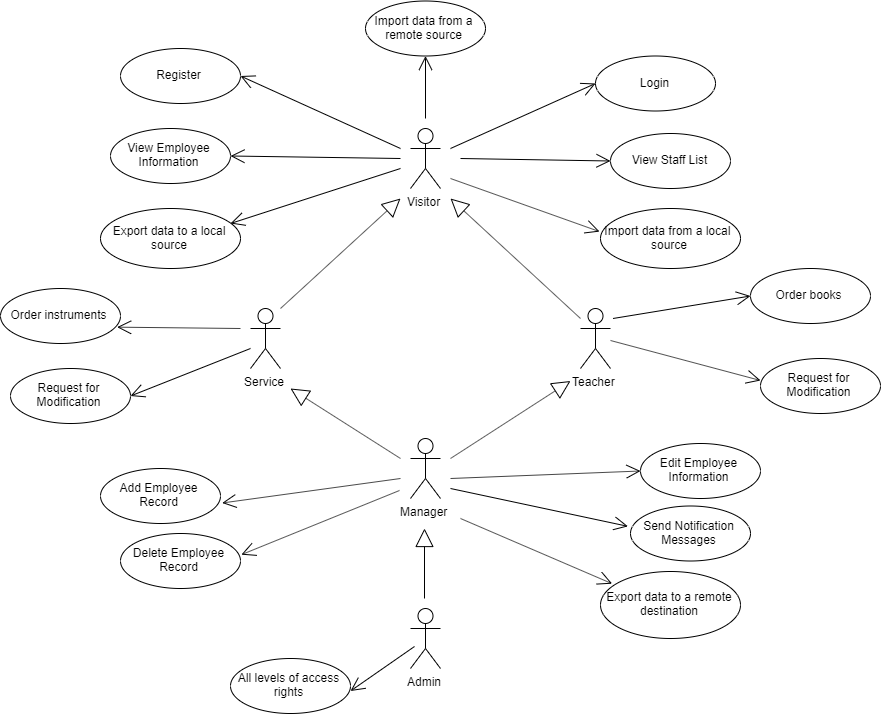
This is Diagrams/UseCaseDiagram/UseCaseDiagram.png from EfimSirotkin/SchoolStaffManager, a draw.io export, as it was before one commit. Source tidied: cells renumbered, new cells last; positions are measured from the earlier drawing's top-left corner, leaving out a move shared by most shapes.
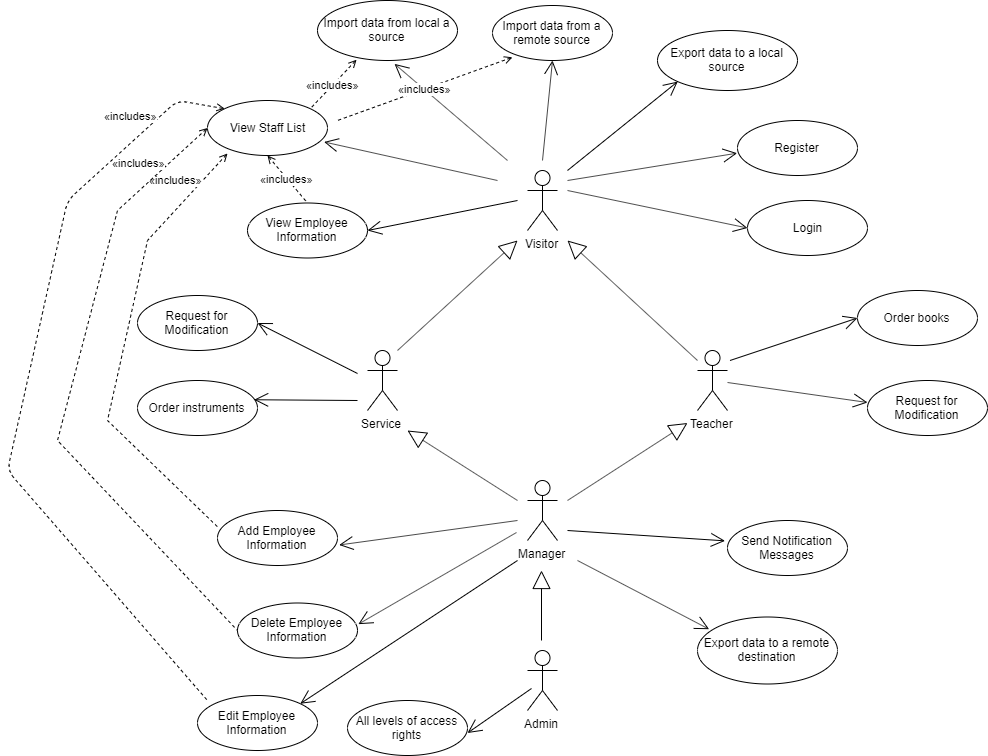
After the commit.

Commit message:
added Sequence diagram and fixed UseCases

Change to the diagram source:
```diff
@@ -18,7 +18,7 @@
       <mxGeometry x="410" y="608" width="30" height="60" as="geometry" />
     </mxCell>
     <mxCell id="7" value="Login" style="ellipse;whiteSpace=wrap;html=1;" parent="1" vertex="1">
-      <mxGeometry x="595" y="55.5" width="120" height="55" as="geometry" />
+      <mxGeometry x="630" y="158" width="120" height="55" as="geometry" />
     </mxCell>
     <mxCell id="8" style="endArrow=open;endFill=1;endSize=12;html=1;entryX=0;entryY=0.5;entryDx=0;entryDy=0;" parent="1" edge="1" target="7">
       <mxGeometry relative="1" as="geometry">
@@ -56,41 +56,41 @@
       </mxGeometry>
     </mxCell>
     <mxCell id="14" value="Register" style="ellipse;whiteSpace=wrap;html=1;" parent="1" vertex="1">
-      <mxGeometry x="120" y="48" width="120" height="55" as="geometry" />
+      <mxGeometry x="620" y="78" width="120" height="55" as="geometry" />
     </mxCell>
     <mxCell id="15" value="Order instruments" style="ellipse;whiteSpace=wrap;html=1;" parent="1" vertex="1">
-      <mxGeometry y="288" width="120" height="55" as="geometry" />
+      <mxGeometry x="20" y="338" width="120" height="55" as="geometry" />
     </mxCell>
     <mxCell id="16" value="Order books" style="ellipse;whiteSpace=wrap;html=1;" parent="1" vertex="1">
-      <mxGeometry x="750" y="268" width="120" height="55" as="geometry" />
+      <mxGeometry x="740" y="248" width="120" height="55" as="geometry" />
     </mxCell>
     <mxCell id="17" value="Request for Modification" style="ellipse;whiteSpace=wrap;html=1;" parent="1" vertex="1">
-      <mxGeometry x="10" y="368" width="120" height="55" as="geometry" />
+      <mxGeometry x="20" y="253" width="120" height="55" as="geometry" />
     </mxCell>
     <mxCell id="18" value="Request for Modification" style="ellipse;whiteSpace=wrap;html=1;" parent="1" vertex="1">
-      <mxGeometry x="760" y="358" width="120" height="55" as="geometry" />
+      <mxGeometry x="750" y="338" width="120" height="55" as="geometry" />
     </mxCell>
     <mxCell id="19" value="Edit Employee Information" style="ellipse;whiteSpace=wrap;html=1;" parent="1" vertex="1">
-      <mxGeometry x="640" y="443" width="120" height="55" as="geometry" />
+      <mxGeometry x="80" y="653" width="120" height="55" as="geometry" />
     </mxCell>
-    <mxCell id="20" value="Add Employee Record" style="ellipse;whiteSpace=wrap;html=1;" parent="1" vertex="1">
+    <mxCell id="20" value="Add Employee Information" style="ellipse;whiteSpace=wrap;html=1;" parent="1" vertex="1">
       <mxGeometry x="100" y="468" width="120" height="55" as="geometry" />
     </mxCell>
     <mxCell id="21" value="Send Notification Messages" style="ellipse;whiteSpace=wrap;html=1;" parent="1" vertex="1">
-      <mxGeometry x="630" y="505.5" width="120" height="55" as="geometry" />
+      <mxGeometry x="610" y="478" width="120" height="55" as="geometry" />
     </mxCell>
-    <mxCell id="22" value="Delete Employee Record" style="ellipse;whiteSpace=wrap;html=1;" parent="1" vertex="1">
-      <mxGeometry x="120" y="533" width="120" height="55" as="geometry" />
+    <mxCell id="22" value="Delete Employee Information" style="ellipse;whiteSpace=wrap;html=1;" parent="1" vertex="1">
+      <mxGeometry x="120" y="560.5" width="120" height="55" as="geometry" />
     </mxCell>
     <mxCell id="23" value="All levels of access rights" style="ellipse;whiteSpace=wrap;html=1;" parent="1" vertex="1">
       <mxGeometry x="230" y="658" width="120" height="55" as="geometry" />
     </mxCell>
     <mxCell id="24" value="Export data to a remote destination" style="ellipse;whiteSpace=wrap;html=1;" parent="1" vertex="1">
-      <mxGeometry x="600" y="571" width="140" height="67" as="geometry" />
+      <mxGeometry x="580" y="574.5" width="140" height="67" as="geometry" />
     </mxCell>
-    <mxCell id="25" style="endArrow=open;endFill=1;endSize=12;html=1;entryX=1;entryY=0.5;entryDx=0;entryDy=0;" parent="1" edge="1" target="14">
+    <mxCell id="25" style="endArrow=open;endFill=1;endSize=12;html=1;entryX=-0.003;entryY=0.594;entryDx=0;entryDy=0;entryPerimeter=0;" parent="1" edge="1" target="14">
       <mxGeometry relative="1" as="geometry">
-        <mxPoint x="400" y="148" as="sourcePoint" />
+        <mxPoint x="450" y="138" as="sourcePoint" />
       </mxGeometry>
     </mxCell>
     <mxCell id="26" style="endArrow=open;endFill=1;endSize=12;html=1;entryX=0;entryY=0.5;entryDx=0;entryDy=0;" parent="1" edge="1" target="16">
@@ -104,39 +104,39 @@
       </mxGeometry>
     </mxCell>
     <mxCell id="28" value="View Staff List" style="ellipse;whiteSpace=wrap;html=1;" parent="1" vertex="1">
-      <mxGeometry x="610" y="133" width="120" height="55" as="geometry" />
+      <mxGeometry x="90" y="58" width="120" height="55" as="geometry" />
     </mxCell>
     <mxCell id="29" value="View Employee Information" style="ellipse;whiteSpace=wrap;html=1;" parent="1" vertex="1">
-      <mxGeometry x="110" y="128" width="120" height="55" as="geometry" />
+      <mxGeometry x="130" y="160.5" width="120" height="55" as="geometry" />
     </mxCell>
     <mxCell id="30" style="endArrow=open;endFill=1;endSize=12;html=1;entryX=1;entryY=0.5;entryDx=0;entryDy=0;" parent="1" edge="1" target="29">
       <mxGeometry relative="1" as="geometry">
         <mxPoint x="400" y="158" as="sourcePoint" />
       </mxGeometry>
     </mxCell>
-    <mxCell id="31" style="endArrow=open;endFill=1;endSize=12;html=1;fontColor=none;entryX=0;entryY=0.5;entryDx=0;entryDy=0;" parent="1" edge="1" target="28">
+    <mxCell id="31" style="endArrow=open;endFill=1;endSize=12;html=1;fontColor=none;entryX=0.972;entryY=0.754;entryDx=0;entryDy=0;entryPerimeter=0;" parent="1" edge="1" target="28">
       <mxGeometry relative="1" as="geometry">
-        <mxPoint x="460" y="158" as="sourcePoint" />
+        <mxPoint x="380" y="138" as="sourcePoint" />
       </mxGeometry>
     </mxCell>
-    <mxCell id="32" style="endArrow=open;endFill=1;endSize=12;html=1;fontColor=#FF6666;entryX=0.972;entryY=0.703;entryDx=0;entryDy=0;entryPerimeter=0;" parent="1" edge="1" target="15">
+    <mxCell id="32" style="endArrow=open;endFill=1;endSize=12;html=1;fontColor=#FF6666;entryX=0.972;entryY=0.35;entryDx=0;entryDy=0;entryPerimeter=0;" parent="1" edge="1" target="15">
       <mxGeometry relative="1" as="geometry">
-        <mxPoint x="240" y="328" as="sourcePoint" />
+        <mxPoint x="240" y="358" as="sourcePoint" />
       </mxGeometry>
     </mxCell>
     <mxCell id="33" style="endArrow=open;endFill=1;endSize=12;html=1;fontColor=#FF6666;entryX=1;entryY=0.5;entryDx=0;entryDy=0;" parent="1" edge="1" target="17">
       <mxGeometry relative="1" as="geometry">
-        <mxPoint x="250" y="348" as="sourcePoint" />
+        <mxPoint x="240" y="331" as="sourcePoint" />
       </mxGeometry>
     </mxCell>
-    <mxCell id="34" value="Import data from a local&amp;nbsp; source" style="ellipse;whiteSpace=wrap;html=1;" parent="1" vertex="1">
-      <mxGeometry x="600" y="208" width="140" height="60" as="geometry" />
+    <mxCell id="34" value="Import data from local a source" style="ellipse;whiteSpace=wrap;html=1;" parent="1" vertex="1">
+      <mxGeometry x="200" y="-42" width="140" height="60" as="geometry" />
     </mxCell>
     <mxCell id="35" value="Export data to a local source" style="ellipse;whiteSpace=wrap;html=1;" parent="1" vertex="1">
-      <mxGeometry x="100" y="208" width="140" height="60" as="geometry" />
+      <mxGeometry x="540" y="-12" width="140" height="60" as="geometry" />
     </mxCell>
     <mxCell id="36" value="Import data from a remote source" style="ellipse;whiteSpace=wrap;html=1;" parent="1" vertex="1">
-      <mxGeometry x="365" y="0.5" width="120" height="55" as="geometry" />
+      <mxGeometry x="375" y="-37" width="120" height="55" as="geometry" />
     </mxCell>
     <mxCell id="37" style="endArrow=open;endFill=1;endSize=12;html=1;fontColor=#FF6666;entryX=1.014;entryY=0.627;entryDx=0;entryDy=0;entryPerimeter=0;" parent="1" edge="1" target="20">
       <mxGeometry relative="1" as="geometry">
@@ -148,9 +148,9 @@
         <mxPoint x="399" y="490" as="sourcePoint" />
       </mxGeometry>
     </mxCell>
-    <mxCell id="39" style="endArrow=open;endFill=1;endSize=12;html=1;fontColor=#FF6666;entryX=0;entryY=0.5;entryDx=0;entryDy=0;" parent="1" edge="1" target="19">
+    <mxCell id="39" style="endArrow=open;endFill=1;endSize=12;html=1;fontColor=#FF6666;entryX=1;entryY=0;entryDx=0;entryDy=0;" parent="1" edge="1" target="19">
       <mxGeometry relative="1" as="geometry">
-        <mxPoint x="450" y="478" as="sourcePoint" />
+        <mxPoint x="400" y="518" as="sourcePoint" />
       </mxGeometry>
     </mxCell>
     <mxCell id="40" style="endArrow=open;endFill=1;endSize=12;html=1;fontColor=#FF6666;entryX=-0.021;entryY=0.37;entryDx=0;entryDy=0;entryPerimeter=0;" parent="1" edge="1" target="21">
@@ -168,15 +168,14 @@
         <mxPoint x="414" y="646" as="sourcePoint" />
       </mxGeometry>
     </mxCell>
-    <mxCell id="43" style="endArrow=open;endFill=1;endSize=12;html=1;fontColor=#FF6666;" parent="1" edge="1">
+    <mxCell id="43" style="endArrow=open;endFill=1;endSize=12;html=1;fontColor=#FF6666;entryX=0;entryY=1;entryDx=0;entryDy=0;" parent="1" edge="1" target="35">
       <mxGeometry relative="1" as="geometry">
-        <mxPoint x="400" y="168" as="sourcePoint" />
-        <mxPoint x="230" y="223" as="targetPoint" />
+        <mxPoint x="450" y="128" as="sourcePoint" />
       </mxGeometry>
     </mxCell>
-    <mxCell id="44" style="endArrow=open;endFill=1;endSize=12;html=1;fontColor=#FF6666;entryX=-0.007;entryY=0.385;entryDx=0;entryDy=0;entryPerimeter=0;" parent="1" edge="1" target="34">
+    <mxCell id="44" style="endArrow=open;endFill=1;endSize=12;html=1;fontColor=#FF6666;entryX=0.55;entryY=1.056;entryDx=0;entryDy=0;entryPerimeter=0;" parent="1" edge="1" target="34">
       <mxGeometry relative="1" as="geometry">
-        <mxPoint x="450" y="178" as="sourcePoint" />
+        <mxPoint x="390" y="118" as="sourcePoint" />
       </mxGeometry>
     </mxCell>
     <mxCell id="45" style="endArrow=open;endFill=1;endSize=12;html=1;fontColor=#FF6666;entryX=0.5;entryY=1;entryDx=0;entryDy=0;" parent="1" edge="1" target="36">
@@ -184,5 +183,43 @@
         <mxPoint x="425" y="118" as="sourcePoint" />
       </mxGeometry>
     </mxCell>
+    <mxCell id="46" value="«includes»" style="endArrow=none;dashed=1;html=1;startArrow=open;startFill=0;exitX=0.279;exitY=0.987;exitDx=0;exitDy=0;entryX=1;entryY=0;entryDx=0;entryDy=0;exitPerimeter=0;" parent="1" edge="1" source="34" target="28">
+      <mxGeometry relative="1" as="geometry" />
+    </mxCell>
+    <mxCell id="47" value="«includes»" style="endArrow=none;dashed=1;html=1;startArrow=open;startFill=0;exitX=0.5;exitY=1;exitDx=0;exitDy=0;entryX=0.5;entryY=0;entryDx=0;entryDy=0;" parent="1" edge="1" source="28" target="29">
+      <mxGeometry relative="1" as="geometry" />
+    </mxCell>
+    <mxCell id="48" value="«includes»" style="endArrow=none;dashed=1;html=1;startArrow=open;startFill=0;exitX=0.166;exitY=0.942;exitDx=0;exitDy=0;exitPerimeter=0;" parent="1" edge="1" source="36">
+      <mxGeometry relative="1" as="geometry">
+        <mxPoint x="220" y="78" as="targetPoint" />
+      </mxGeometry>
+    </mxCell>
+    <mxCell id="49" value="«includes»" style="endArrow=none;dashed=1;html=1;startArrow=open;startFill=0;entryX=0.002;entryY=0.3;entryDx=0;entryDy=0;entryPerimeter=0;rounded=0;" parent="1" edge="1" target="20">
+      <mxGeometry x="-0.76" y="-20" relative="1" as="geometry">
+        <mxPoint x="110" y="111" as="sourcePoint" />
+        <Array as="points">
+          <mxPoint x="30" y="198" />
+          <mxPoint x="-10" y="378" />
+        </Array>
+      </mxGeometry>
+    </mxCell>
+    <mxCell id="50" value="«includes»" style="endArrow=none;dashed=1;html=1;startArrow=open;startFill=0;entryX=0;entryY=0.5;entryDx=0;entryDy=0;exitX=0;exitY=0.5;exitDx=0;exitDy=0;rounded=0;" parent="1" edge="1" source="28" target="22">
+      <mxGeometry x="-0.76" y="-20" relative="1" as="geometry">
+        <Array as="points">
+          <mxPoint y="168" />
+          <mxPoint x="-60" y="398" />
+        </Array>
+      </mxGeometry>
+    </mxCell>
+    <mxCell id="51" value="«includes»" style="endArrow=none;dashed=1;html=1;startArrow=open;startFill=0;exitX=0;exitY=0;exitDx=0;exitDy=0;" parent="1" edge="1" source="28">
+      <mxGeometry x="-0.76" y="-20" relative="1" as="geometry">
+        <mxPoint x="90" y="658" as="targetPoint" />
+        <Array as="points">
+          <mxPoint x="60" y="58" />
+          <mxPoint x="-50" y="158" />
+          <mxPoint x="-110" y="428" />
+        </Array>
+      </mxGeometry>
+    </mxCell>
   </root>
 </mxGraphModel>
```
